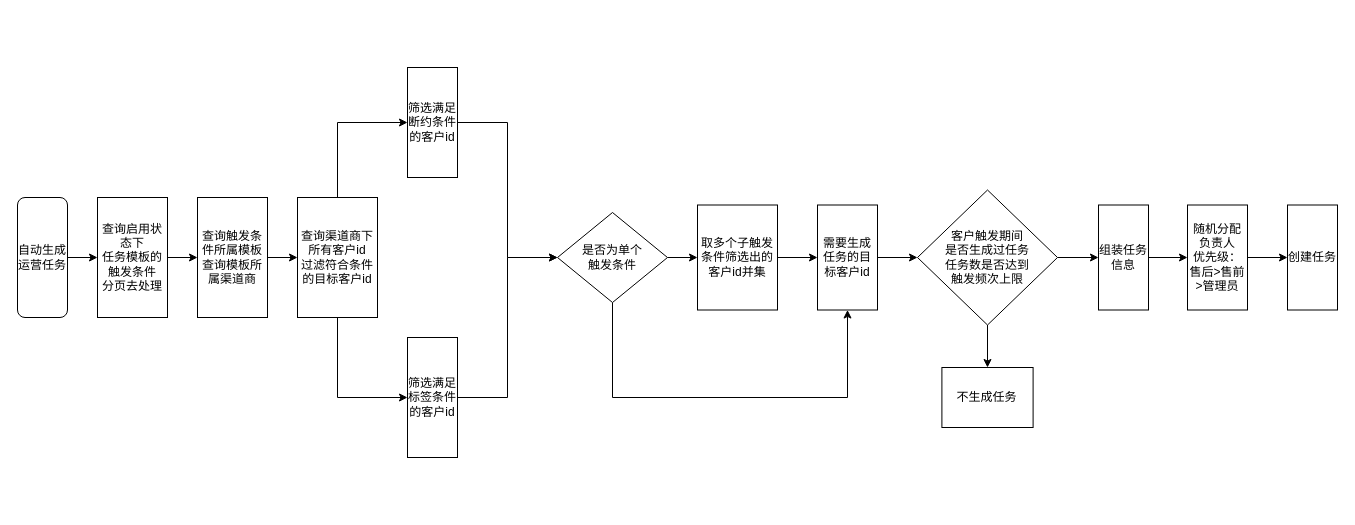
The draw.io diagram 运营任务生成核心逻辑.drawio in aicaigroup/-, before the edit. Source tidied: cells renumbered, new cells numbered last; positions are measured from the earlier drawing's top-left corner, leaving out a move shared by most shapes. Both pictures are drawn from the tidied source at 100%, with x=0, y=0 at pixel (17, 67).
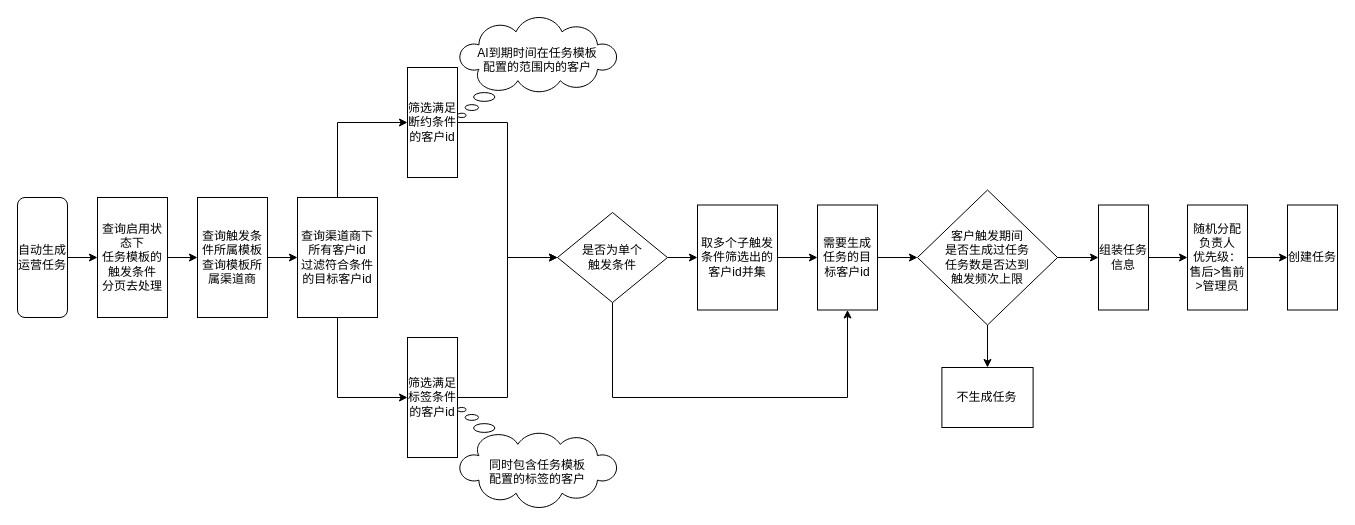
Above is the later version.

Commit message:
更新运营任务生成核心逻辑.drawio

Diff of the diagram source:
```diff
@@
+    <mxCell id="31" value="&lt;div&gt;AI到期时间在任务模板&lt;/div&gt;&lt;div&gt;配置的范围内的客户&lt;/div&gt;&lt;div&gt;&lt;br&gt;&lt;/div&gt;" style="whiteSpace=wrap;html=1;shape=mxgraph.basic.cloud_callout;" parent="1" vertex="1">
+      <mxGeometry x="440" y="-50" width="160" height="100" as="geometry" />
+    </mxCell>
+    <mxCell id="32" value="&lt;div&gt;&lt;br&gt;&lt;/div&gt;&lt;div&gt;&lt;br&gt;&lt;/div&gt;&lt;div&gt;同时包含任务模板&lt;/div&gt;&lt;div&gt;配置的标签的客户&lt;/div&gt;" style="whiteSpace=wrap;html=1;shape=mxgraph.basic.cloud_callout;flipV=1;" parent="1" vertex="1">
+      <mxGeometry x="440" y="340" width="160" height="100" as="geometry" />
+    </mxCell>
```
